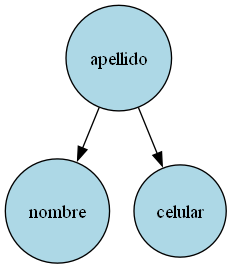
This is Grupos.png from Gerardo-Mantanico/Sistema-de-gestion-de-contactos, a Graphviz export, as it was before one commit. Its source is kept beside it as Grupos.dot.
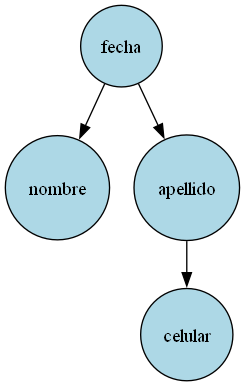
After the commit.

The edit, as a diff of the source:
```diff
@@ -1,9 +1,11 @@
 digraph G {
     node [shape=circle, style=filled, fillcolor=lightblue, fontcolor=black]; // Configuración de nodos
 
+    6 [label="fecha"];
+    6 -> 5;
+    5 [label="nombre"];
+    6 -> 8;
     8 [label="apellido"];
-    8 -> 5;
-    5 [label="nombre"];
     8 -> 10;
     10 [label="celular"];
 }
```
